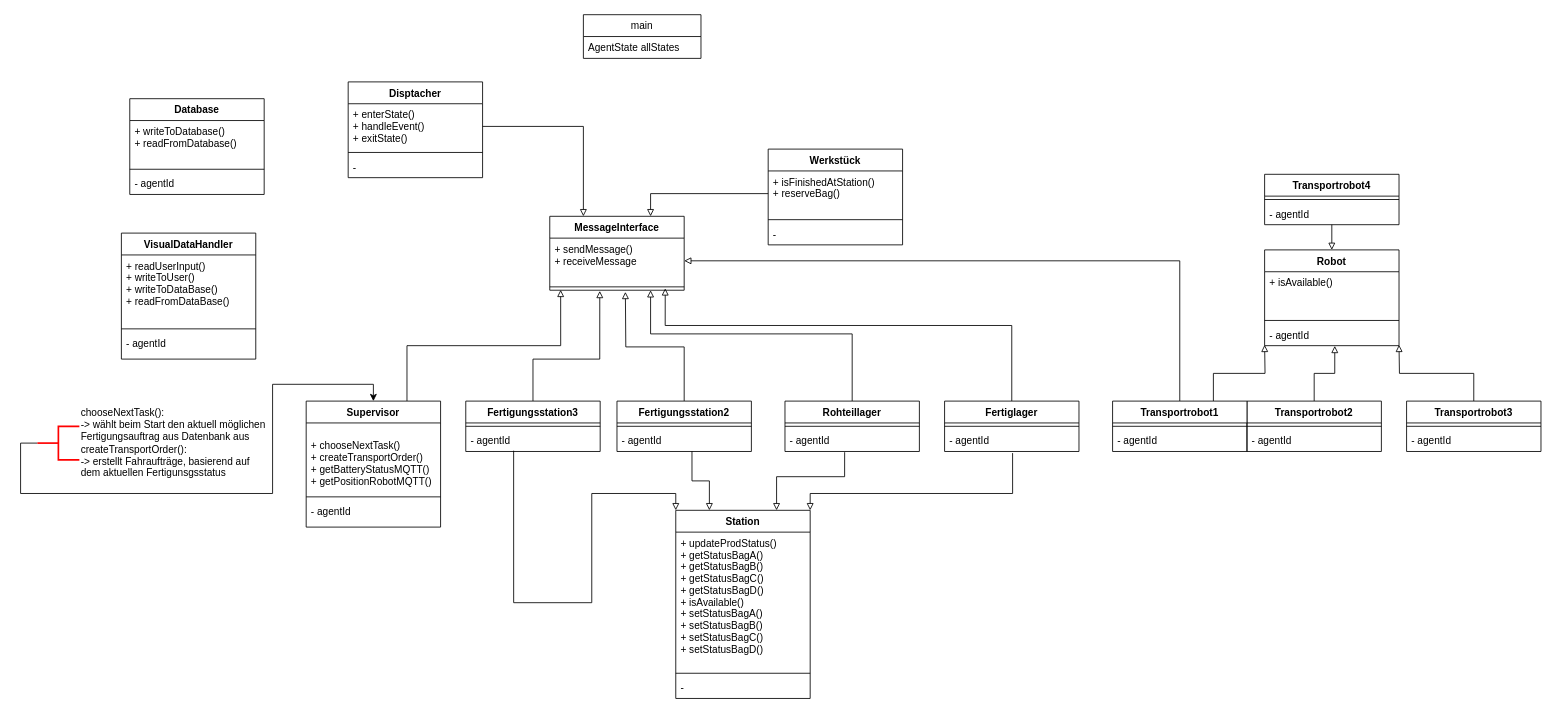
This is Klassendiagramm.drawio from Nuramon4/Gewerk1, a draw.io file, before an edit. Source tidied: cells renumbered, new cells numbered last; positions are measured from the earlier drawing's top-left corner, leaving out a move shared by most shapes. Both pictures are drawn from the tidied source at 84%, with x=0, y=0 at pixel (20, 14).
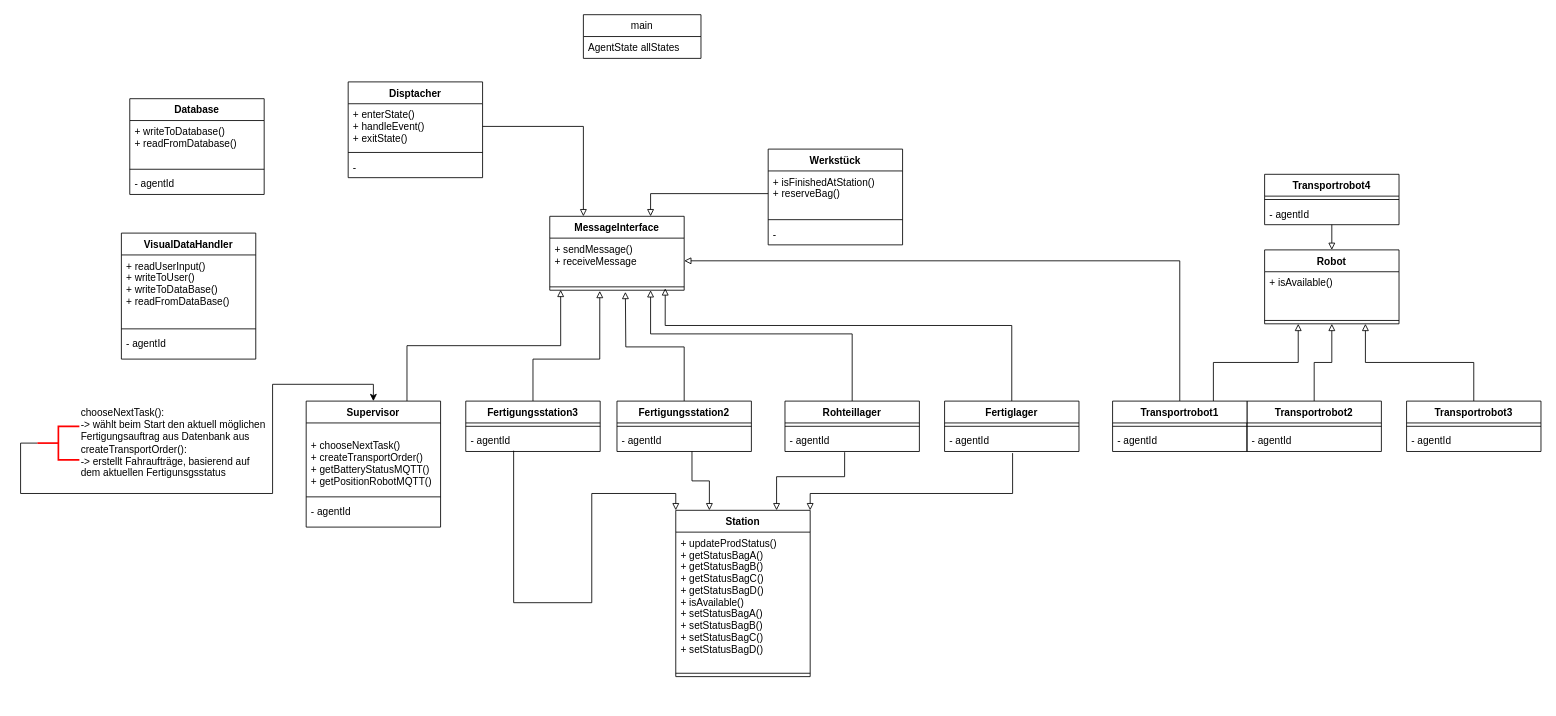
The same diagram, later.

Unchanged cells that the change refers to:
```xml
<mxCell id="7" value="Transportrobot3" style="swimlane;fontStyle=1;align=center;verticalAlign=top;horizontal=1;startSize=26;" parent="1" vertex="1">
  <mxGeometry x="1650" y="460" width="160" height="60" as="geometry" />
</mxCell>
<mxCell id="38" value="Transportrobot2" style="swimlane;fontStyle=1;align=center;verticalAlign=top;horizontal=1;startSize=26;" parent="1" vertex="1">
  <mxGeometry x="1460" y="460" width="160" height="60" as="geometry" />
</mxCell>
<mxCell id="43" value="Transportrobot1" style="swimlane;fontStyle=1;align=center;verticalAlign=top;horizontal=1;startSize=26;" parent="1" vertex="1">
  <mxGeometry x="1300" y="460" width="160" height="60" as="geometry" />
</mxCell>
```

Change to the diagram source:
```diff
@@
-    <mxCell id="6" style="edgeStyle=orthogonalEdgeStyle;rounded=0;jettySize=auto;html=1;exitX=0.5;exitY=0;exitDx=0;exitDy=0;entryX=1;entryY=0.5;entryDx=0;entryDy=0;startArrow=none;startFill=0;endArrow=block;endFill=0;" parent="1" edge="1" source="7">
-      <mxGeometry relative="1" as="geometry">
-        <mxPoint x="1641" y="393" as="targetPoint" />
-      </mxGeometry>
+    <mxCell id="6" style="edgeStyle=orthogonalEdgeStyle;rounded=0;jettySize=auto;html=1;exitX=0.5;exitY=0;exitDx=0;exitDy=0;entryX=0.75;entryY=1;entryDx=0;entryDy=0;startArrow=none;startFill=0;endArrow=block;endFill=0;" parent="1" edge="1" source="7" target="69">
+      <mxGeometry relative="1" as="geometry" />
     </mxCell>
@@
-    <mxCell id="37" style="edgeStyle=orthogonalEdgeStyle;rounded=0;jettySize=auto;html=1;exitX=0.5;exitY=0;exitDx=0;exitDy=0;entryX=0.522;entryY=1.01;entryDx=0;entryDy=0;entryPerimeter=0;startArrow=none;startFill=0;endArrow=block;endFill=0;" parent="1" edge="1" source="38" target="72">
+    <mxCell id="37" style="edgeStyle=orthogonalEdgeStyle;rounded=0;jettySize=auto;html=1;exitX=0.5;exitY=0;exitDx=0;exitDy=0;entryX=0.5;entryY=1;entryDx=0;entryDy=0;startArrow=none;startFill=0;endArrow=block;endFill=0;" parent="1" edge="1" source="38" target="69">
       <mxGeometry relative="1" as="geometry" />
     </mxCell>
@@
-    <mxCell id="42" style="edgeStyle=orthogonalEdgeStyle;rounded=0;jettySize=auto;html=1;exitX=0.75;exitY=0;exitDx=0;exitDy=0;entryX=0;entryY=0.5;entryDx=0;entryDy=0;startArrow=none;startFill=0;endArrow=block;endFill=0;" parent="1" edge="1" source="43">
-      <mxGeometry relative="1" as="geometry">
-        <mxPoint x="1481" y="393" as="targetPoint" />
-      </mxGeometry>
+    <mxCell id="42" style="edgeStyle=orthogonalEdgeStyle;rounded=0;jettySize=auto;html=1;exitX=0.75;exitY=0;exitDx=0;exitDy=0;entryX=0.25;entryY=1;entryDx=0;entryDy=0;startArrow=none;startFill=0;endArrow=block;endFill=0;" parent="1" edge="1" source="43" target="69">
+      <mxGeometry relative="1" as="geometry" />
     </mxCell>
@@
     <mxCell id="60" value="Station&#10;" style="swimlane;fontStyle=1;align=center;verticalAlign=top;horizontal=1;startSize=26;" parent="1" vertex="1">
-      <mxGeometry x="780" y="590" width="160" height="224" as="geometry" />
+      <mxGeometry x="780" y="590" width="160" height="198" as="geometry" />
     </mxCell>
@@
-    <mxCell id="63" value="- " style="text;strokeColor=none;fillColor=none;align=left;verticalAlign=top;spacingLeft=4;spacingRight=4;overflow=hidden;" parent="60" vertex="1">
-      <mxGeometry y="198" width="160" height="26" as="geometry" />
-    </mxCell>
@@
     <mxCell id="69" value="Robot" style="swimlane;fontStyle=1;align=center;verticalAlign=top;horizontal=1;startSize=26;" parent="1" vertex="1">
-      <mxGeometry x="1481" y="280" width="160" height="114" as="geometry" />
+      <mxGeometry x="1481" y="280" width="160" height="88" as="geometry" />
     </mxCell>
@@
-    <mxCell id="72" value="- agentId" style="text;strokeColor=none;fillColor=none;align=left;verticalAlign=top;spacingLeft=4;spacingRight=4;overflow=hidden;points=[[0,0.5],[1,0.5]];portConstraint=eastwest;" parent="69" vertex="1">
-      <mxGeometry y="88" width="160" height="26" as="geometry" />
-    </mxCell>
```
